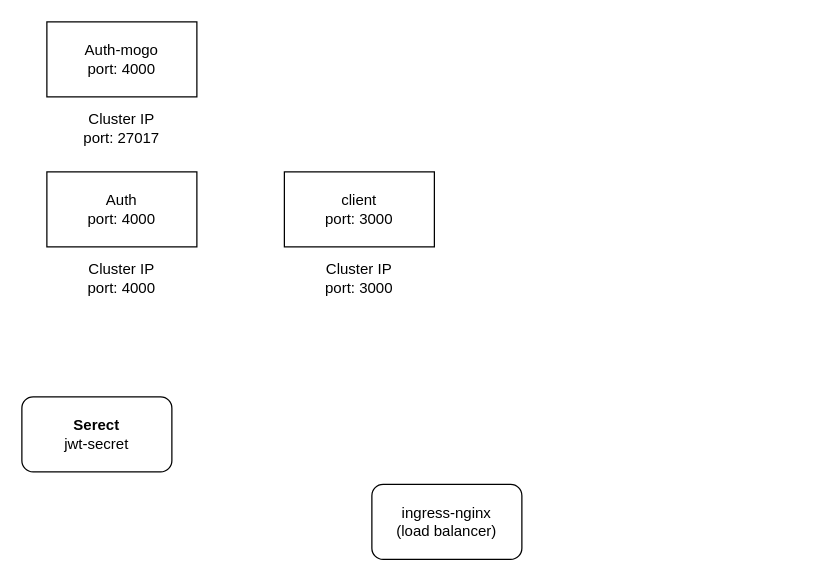
The draw.io diagram diagrams/microservice_architecture.drawio in kavishkamk/ticker-hub, before the edit. Source tidied: cells renumbered, new cells numbered last; positions are measured from the earlier drawing's top-left corner, leaving out a move shared by most shapes. Both pictures are drawn from the tidied source at 125%, with x=0, y=0 at pixel (21, 21).
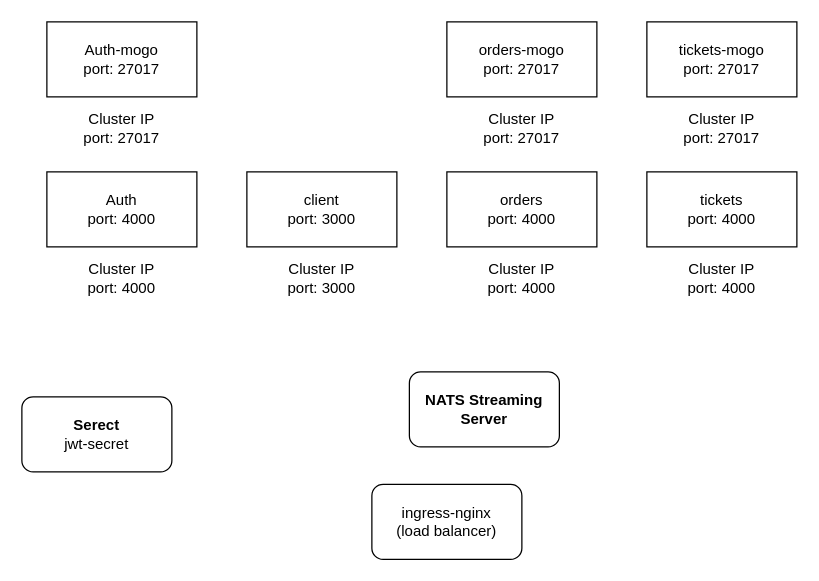
After the change.

What changed in the source:
```diff
@@
 <mxGraphModel>
   <root>
     <mxCell id="0" />
     <mxCell id="1" parent="0" />
     <mxCell id="2" value="Auth&lt;br&gt;port: 4000" style="rounded=0;whiteSpace=wrap;html=1;" parent="1" vertex="1">
       <mxGeometry x="20" y="120" width="120" height="60" as="geometry" />
     </mxCell>
     <mxCell id="3" value="Cluster IP&lt;br&gt;port: 4000" style="text;html=1;strokeColor=none;fillColor=none;align=center;verticalAlign=middle;whiteSpace=wrap;rounded=0;" parent="1" vertex="1">
       <mxGeometry x="20" y="180" width="120" height="50" as="geometry" />
     </mxCell>
     <mxCell id="4" value="ingress-nginx&lt;br&gt;(load balancer)" style="rounded=1;whiteSpace=wrap;html=1;" parent="1" vertex="1">
       <mxGeometry x="280" y="370" width="120" height="60" as="geometry" />
     </mxCell>
-    <mxCell id="5" value="Auth-mogo&lt;br&gt;port: 4000" style="rounded=0;whiteSpace=wrap;html=1;" parent="1" vertex="1">
+    <mxCell id="5" value="Auth-mogo&lt;br&gt;port: 27017" style="rounded=0;whiteSpace=wrap;html=1;" parent="1" vertex="1">
       <mxGeometry x="20" width="120" height="60" as="geometry" />
     </mxCell>
     <mxCell id="6" value="Cluster IP&lt;br&gt;port: 27017" style="text;html=1;strokeColor=none;fillColor=none;align=center;verticalAlign=middle;whiteSpace=wrap;rounded=0;" parent="1" vertex="1">
       <mxGeometry x="20" y="60" width="120" height="50" as="geometry" />
     </mxCell>
     <mxCell id="7" value="&lt;b&gt;Serect&lt;/b&gt;&lt;br&gt;jwt-secret" style="rounded=1;whiteSpace=wrap;html=1;" parent="1" vertex="1">
       <mxGeometry y="300" width="120" height="60" as="geometry" />
     </mxCell>
     <mxCell id="8" value="client&lt;br&gt;port: 3000" style="rounded=0;whiteSpace=wrap;html=1;" parent="1" vertex="1">
-      <mxGeometry x="210" y="120" width="120" height="60" as="geometry" />
+      <mxGeometry x="180" y="120" width="120" height="60" as="geometry" />
     </mxCell>
     <mxCell id="9" value="Cluster IP&lt;br&gt;port: 3000" style="text;html=1;strokeColor=none;fillColor=none;align=center;verticalAlign=middle;whiteSpace=wrap;rounded=0;" parent="1" vertex="1">
-      <mxGeometry x="210" y="180" width="120" height="50" as="geometry" />
+      <mxGeometry x="180" y="180" width="120" height="50" as="geometry" />
     </mxCell>
+    <mxCell id="10" value="orders&lt;br&gt;port: 4000" style="rounded=0;whiteSpace=wrap;html=1;" parent="1" vertex="1">
+      <mxGeometry x="340" y="120" width="120" height="60" as="geometry" />
+    </mxCell>
+    <mxCell id="11" value="orders-mogo&lt;br&gt;port: 27017" style="rounded=0;whiteSpace=wrap;html=1;" parent="1" vertex="1">
+      <mxGeometry x="340" width="120" height="60" as="geometry" />
+    </mxCell>
+    <mxCell id="12" value="Cluster IP&lt;br&gt;port: 27017" style="text;html=1;strokeColor=none;fillColor=none;align=center;verticalAlign=middle;whiteSpace=wrap;rounded=0;" parent="1" vertex="1">
+      <mxGeometry x="340" y="60" width="120" height="50" as="geometry" />
+    </mxCell>
+    <mxCell id="13" value="Cluster IP&lt;br&gt;port: 4000" style="text;html=1;strokeColor=none;fillColor=none;align=center;verticalAlign=middle;whiteSpace=wrap;rounded=0;" parent="1" vertex="1">
+      <mxGeometry x="340" y="180" width="120" height="50" as="geometry" />
+    </mxCell>
+    <mxCell id="14" value="&lt;b&gt;NATS Streaming Server&lt;/b&gt;" style="rounded=1;whiteSpace=wrap;html=1;" parent="1" vertex="1">
+      <mxGeometry x="310" y="280" width="120" height="60" as="geometry" />
+    </mxCell>
+    <mxCell id="15" value="tickets&lt;br&gt;port: 4000" style="rounded=0;whiteSpace=wrap;html=1;" parent="1" vertex="1">
+      <mxGeometry x="500" y="120" width="120" height="60" as="geometry" />
+    </mxCell>
+    <mxCell id="16" value="Cluster IP&lt;br&gt;port: 4000" style="text;html=1;strokeColor=none;fillColor=none;align=center;verticalAlign=middle;whiteSpace=wrap;rounded=0;" parent="1" vertex="1">
+      <mxGeometry x="500" y="180" width="120" height="50" as="geometry" />
+    </mxCell>
+    <mxCell id="17" value="tickets-mogo&lt;br&gt;port: 27017" style="rounded=0;whiteSpace=wrap;html=1;" parent="1" vertex="1">
+      <mxGeometry x="500" width="120" height="60" as="geometry" />
+    </mxCell>
+    <mxCell id="18" value="Cluster IP&lt;br&gt;port: 27017" style="text;html=1;strokeColor=none;fillColor=none;align=center;verticalAlign=middle;whiteSpace=wrap;rounded=0;" parent="1" vertex="1">
+      <mxGeometry x="500" y="60" width="120" height="50" as="geometry" />
+    </mxCell>
   </root>
 </mxGraphModel>
```
